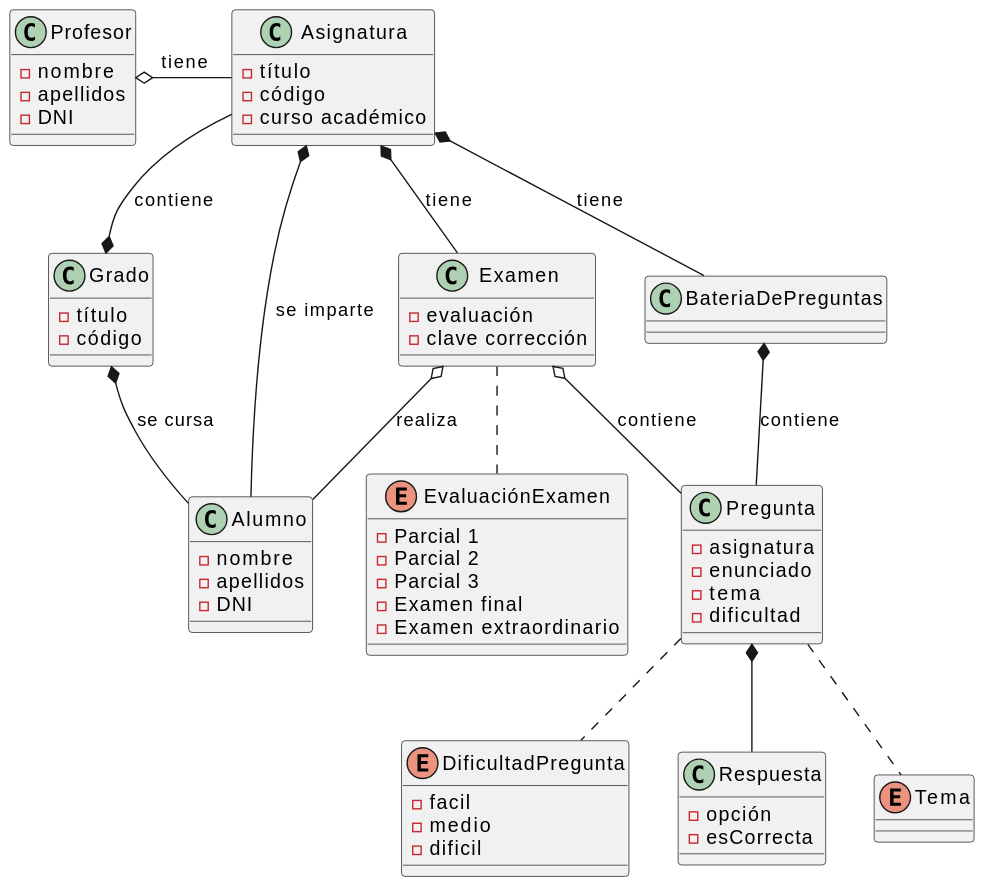
The PlantUML diagram documents/modelos/diagramas/diagramaEntidad/diagramaEntidad.svg in martinlopez7/25-26-IdSw1-SdR, before a commit.
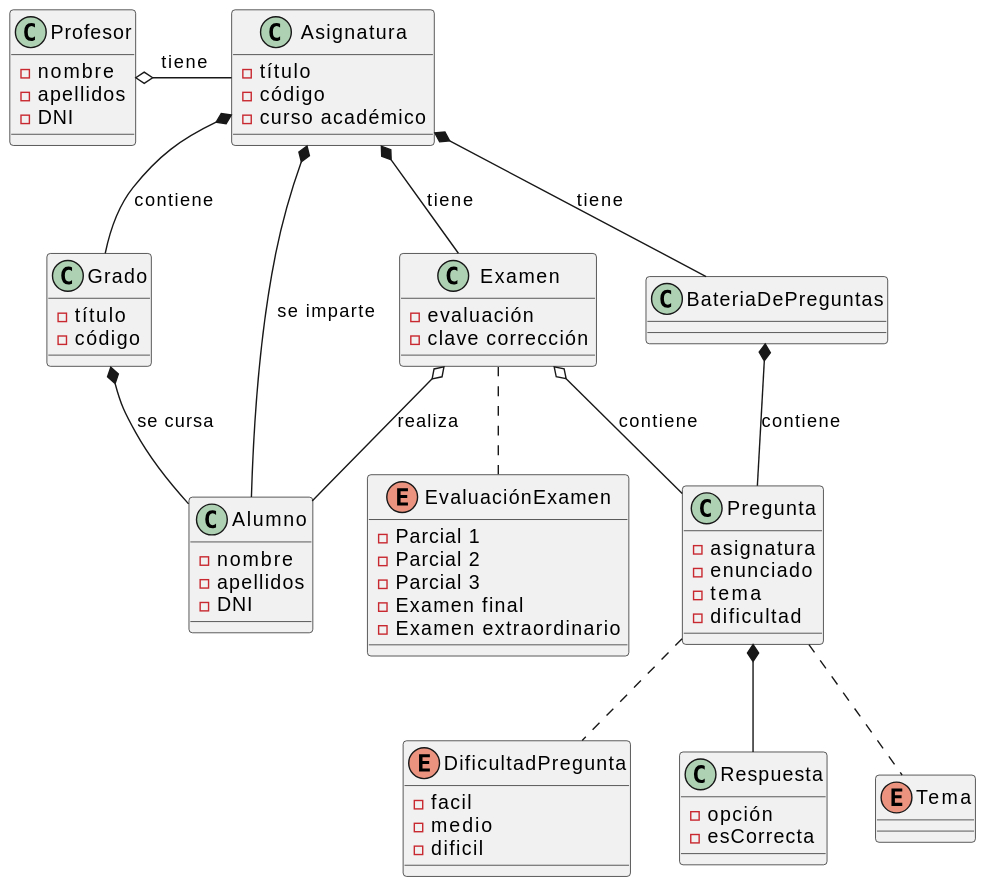
Later version of the same file.

What changed in the source:
```diff
@@ -59,7 +59,7 @@
 BateriaDePreguntas -u-* Asignatura : tiene
 Examen -u-* Asignatura : tiene
 Profesor o-r- Asignatura : tiene
-Asignatura --* Grado : contiene
+Asignatura *-- Grado : contiene
 Alumno -u-o Examen : realiza
 Alumno -u-* Asignatura : se imparte
 Alumno -u-* Grado : se cursa
```
